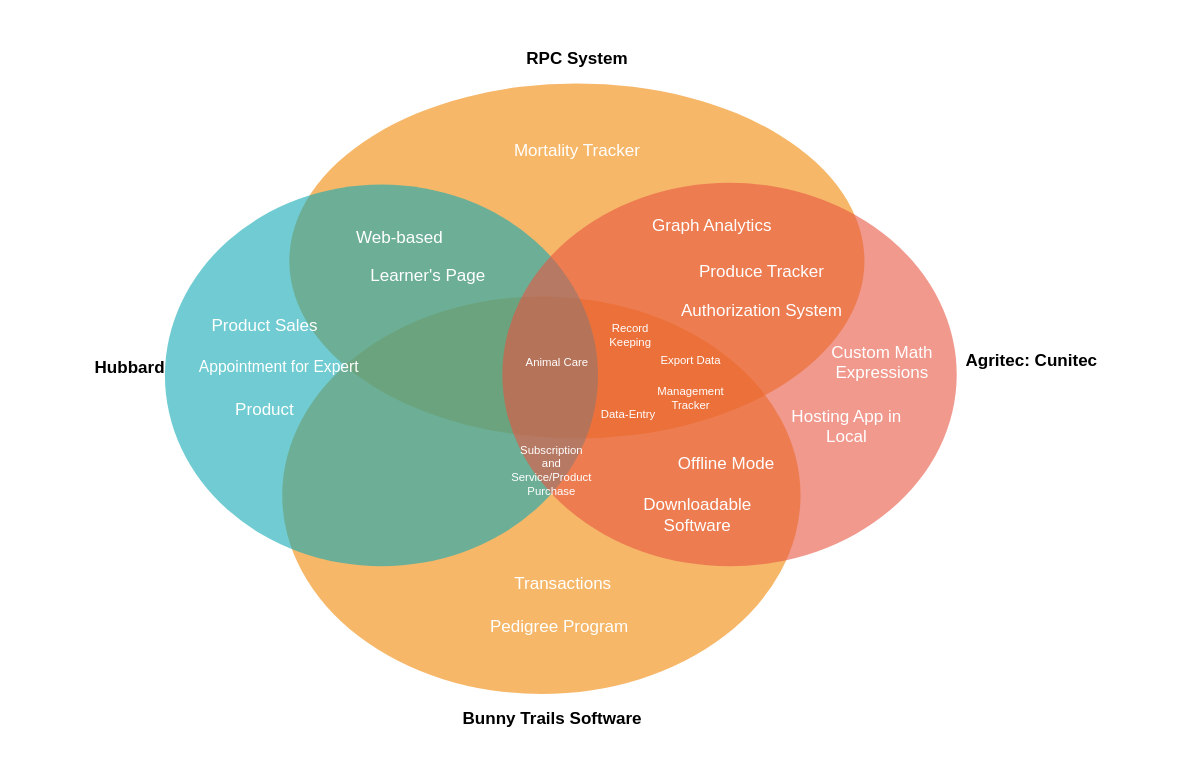
Earlier version of the draw.io diagram Pie.drawio (SejiMe/rpc-system). Source tidied: cells renumbered, new cells numbered last; positions are measured from the earlier drawing's top-left corner, leaving out a move shared by most shapes. Both pictures are drawn from the tidied source at 71%, with x=0, y=0 at pixel (62, 33).
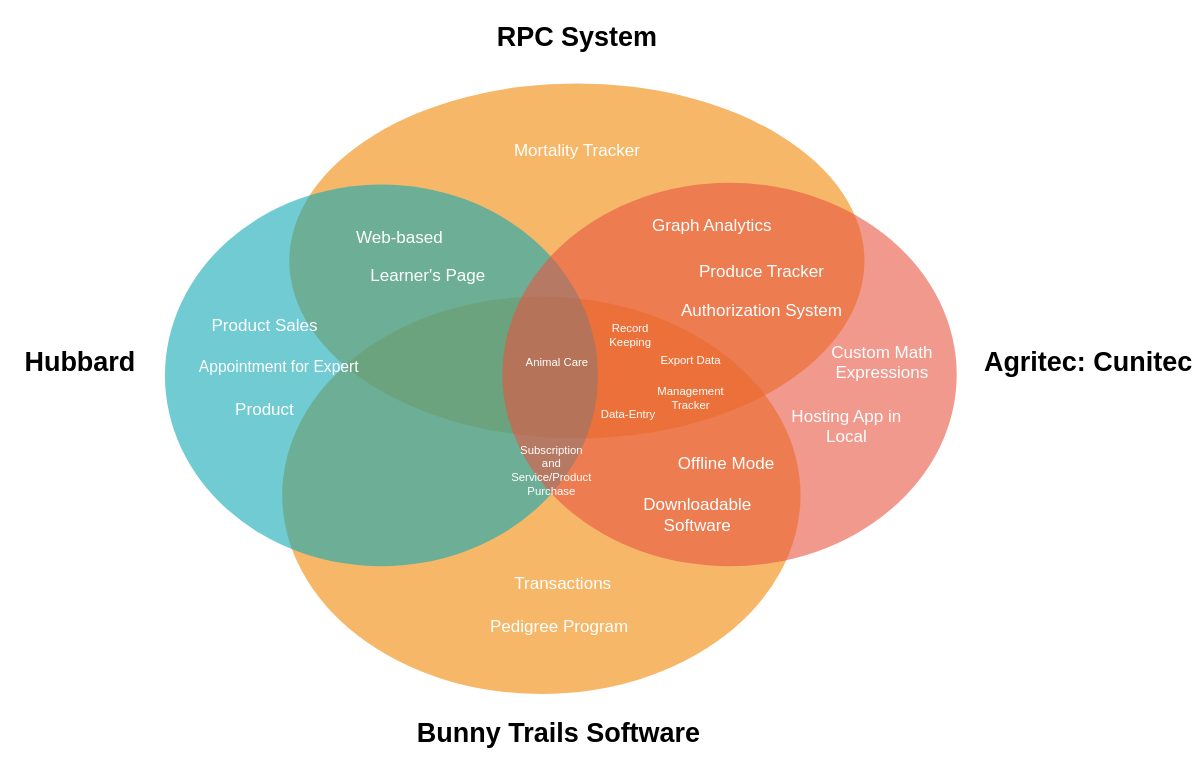
After the change.

The edit, as a diff of the source:
```diff
@@
-    <mxCell id="6" value="Bunny Trails Software" style="text;fontSize=24;align=center;verticalAlign=middle;html=1;fontColor=#000000;fontStyle=1;" parent="1" vertex="1">
-      <mxGeometry x="570" y="930" width="240" height="70" as="geometry" />
+    <mxCell id="6" value="Bunny Trails Software" style="text;fontSize=38;align=center;verticalAlign=middle;html=1;fontColor=#000000;fontStyle=1;" parent="1" vertex="1">
+      <mxGeometry x="579.2" y="950" width="240" height="70" as="geometry" />
     </mxCell>
-    <mxCell id="7" value="Agritec: Cunitec" style="text;fontSize=24;align=center;verticalAlign=middle;html=1;fontColor=#000000;fontStyle=1;" parent="1" vertex="1">
-      <mxGeometry x="1270" y="425" width="190" height="70" as="geometry" />
+    <mxCell id="7" value="Agritec: Cunitec" style="text;fontSize=38;align=center;verticalAlign=middle;html=1;fontColor=#000000;fontStyle=1;" parent="1" vertex="1">
+      <mxGeometry x="1350" y="427.5" width="190" height="70" as="geometry" />
     </mxCell>
-    <mxCell id="8" value="Hubbard" style="text;fontSize=24;align=center;verticalAlign=middle;html=1;fontColor=#000000;fontStyle=1;" parent="1" vertex="1">
-      <mxGeometry y="435" width="190" height="70" as="geometry" />
+    <mxCell id="8" value="Hubbard" style="text;fontSize=38;align=center;verticalAlign=middle;html=1;fontColor=#000000;fontStyle=1;" parent="1" vertex="1">
+      <mxGeometry x="-70" y="427.5" width="190" height="70" as="geometry" />
     </mxCell>
@@
-    <mxCell id="10" value="RPC System" style="text;fontSize=24;align=center;verticalAlign=middle;html=1;fontColor=#000000;fontStyle=1;" parent="1" vertex="1">
-      <mxGeometry x="630" width="190" height="70" as="geometry" />
+    <mxCell id="10" value="RPC System" style="text;fontSize=38;align=center;verticalAlign=middle;html=1;fontColor=#000000;fontStyle=1;" parent="1" vertex="1">
+      <mxGeometry x="630" y="-30" width="190" height="70" as="geometry" />
     </mxCell>
```
